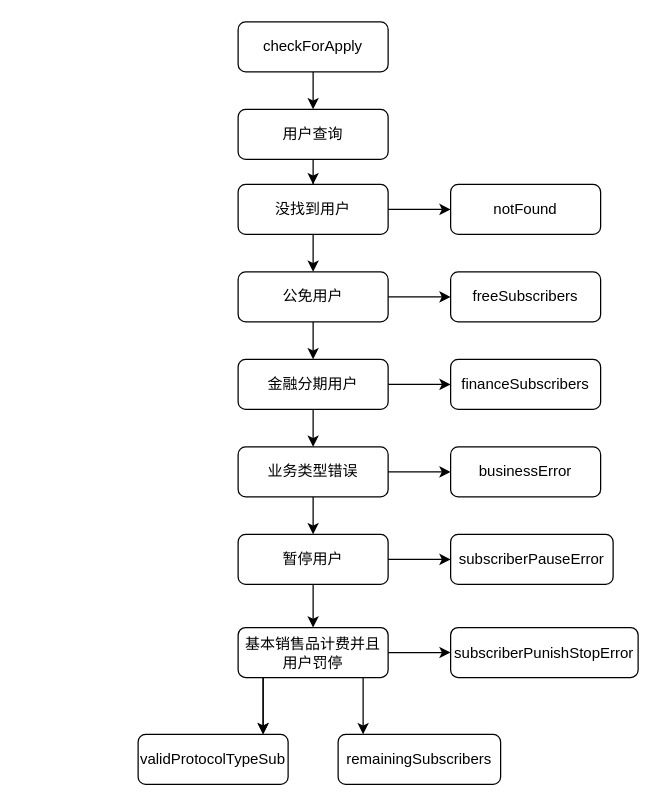
This is page "Page-1" (1 of 2) of draw.io/未命名绘图.drawio from RamboCao/system-design, a draw.io file, before an edit. Source tidied: cells renumbered, new cells numbered last; positions are measured from the earlier drawing's top-left corner, leaving out a move shared by most shapes. Both pictures are drawn from the tidied source at 125%, with x=0, y=0 at pixel (138, 21).
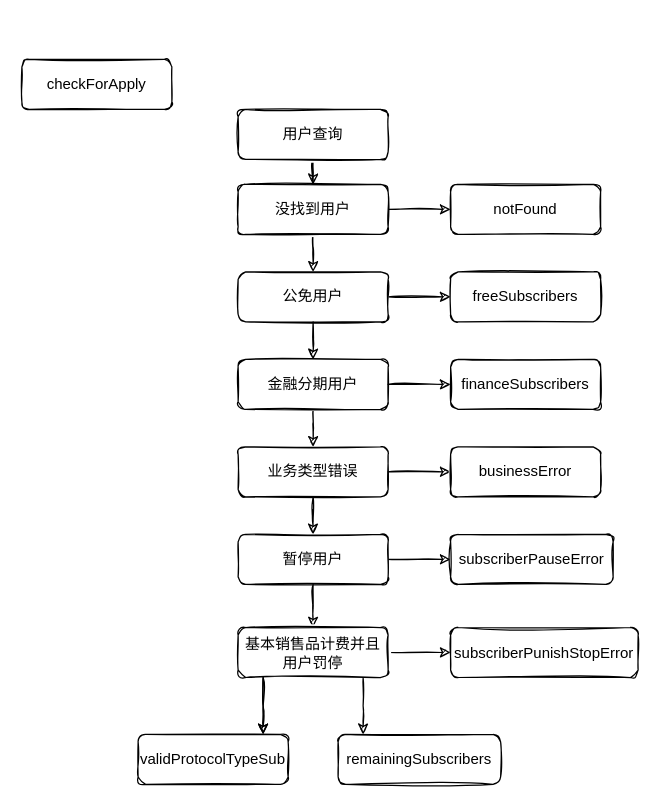
After the change.

Commit message:
更新未命名绘图.drawio

What changed in the source:
```diff
@@
-    <mxCell id="2" style="edgeStyle=orthogonalEdgeStyle;rounded=0;jettySize=auto;html=1;exitX=0.5;exitY=1;exitDx=0;exitDy=0;entryX=0.5;entryY=0;entryDx=0;entryDy=0;" parent="1" edge="1" source="3" target="6">
-      <mxGeometry relative="1" as="geometry" />
-    </mxCell>
-    <mxCell id="3" value="checkForApply" style="rounded=1;whiteSpace=wrap;html=1;fontSize=12;glass=0;strokeWidth=1;shadow=0;gradientColor=none;" parent="1" vertex="1">
-      <mxGeometry x="80" width="120" height="40" as="geometry" />
+    <mxCell id="3" value="checkForApply" style="rounded=1;whiteSpace=wrap;html=1;fontSize=12;glass=0;strokeWidth=1;shadow=0;gradientColor=none;sketch=1;" parent="1" vertex="1">
+      <mxGeometry x="-93" y="30" width="120" height="40" as="geometry" />
     </mxCell>
-    <mxCell id="4" value="notFound" style="rounded=1;whiteSpace=wrap;html=1;fontSize=12;glass=0;strokeWidth=1;shadow=0;" parent="1" vertex="1">
+    <mxCell id="4" value="notFound" style="rounded=1;whiteSpace=wrap;html=1;fontSize=12;glass=0;strokeWidth=1;shadow=0;sketch=1;" parent="1" vertex="1">
       <mxGeometry x="250" y="130" width="120" height="40" as="geometry" />
     </mxCell>
-    <mxCell id="5" style="edgeStyle=orthogonalEdgeStyle;rounded=0;jettySize=auto;html=1;" parent="1" edge="1" source="6" target="9">
+    <mxCell id="5" style="edgeStyle=orthogonalEdgeStyle;rounded=0;jettySize=auto;html=1;sketch=1;" parent="1" edge="1" source="6" target="9">
       <mxGeometry relative="1" as="geometry" />
     </mxCell>
-    <mxCell id="6" value="用户查询" style="rounded=1;whiteSpace=wrap;html=1;" parent="1" vertex="1">
+    <mxCell id="6" value="用户查询" style="rounded=1;whiteSpace=wrap;html=1;sketch=1;" parent="1" vertex="1">
       <mxGeometry x="80" y="70" width="120" height="40" as="geometry" />
     </mxCell>
-    <mxCell id="7" style="edgeStyle=orthogonalEdgeStyle;rounded=0;jettySize=auto;html=1;" parent="1" edge="1" source="9" target="4">
+    <mxCell id="7" style="edgeStyle=orthogonalEdgeStyle;rounded=0;jettySize=auto;html=1;sketch=1;" parent="1" edge="1" source="9" target="4">
       <mxGeometry relative="1" as="geometry" />
     </mxCell>
-    <mxCell id="8" style="edgeStyle=orthogonalEdgeStyle;rounded=0;jettySize=auto;html=1;" parent="1" edge="1" source="9" target="12">
+    <mxCell id="8" style="edgeStyle=orthogonalEdgeStyle;rounded=0;jettySize=auto;html=1;sketch=1;" parent="1" edge="1" source="9" target="12">
       <mxGeometry relative="1" as="geometry" />
     </mxCell>
-    <mxCell id="9" value="没找到用户" style="whiteSpace=wrap;html=1;rounded=1;" parent="1" vertex="1">
+    <mxCell id="9" value="没找到用户" style="whiteSpace=wrap;html=1;rounded=1;sketch=1;" parent="1" vertex="1">
       <mxGeometry x="80" y="130" width="120" height="40" as="geometry" />
     </mxCell>
-    <mxCell id="10" style="edgeStyle=orthogonalEdgeStyle;rounded=0;jettySize=auto;html=1;" parent="1" edge="1" source="12" target="13">
+    <mxCell id="10" style="edgeStyle=orthogonalEdgeStyle;rounded=0;jettySize=auto;html=1;sketch=1;" parent="1" edge="1" source="12" target="13">
       <mxGeometry relative="1" as="geometry" />
     </mxCell>
-    <mxCell id="11" style="edgeStyle=orthogonalEdgeStyle;rounded=0;jettySize=auto;html=1;" parent="1" edge="1" source="12" target="20">
+    <mxCell id="11" style="edgeStyle=orthogonalEdgeStyle;rounded=0;jettySize=auto;html=1;sketch=1;" parent="1" edge="1" source="12" target="20">
       <mxGeometry relative="1" as="geometry" />
     </mxCell>
-    <mxCell id="12" value="公免用户" style="whiteSpace=wrap;html=1;rounded=1;" parent="1" vertex="1">
+    <mxCell id="12" value="公免用户" style="whiteSpace=wrap;html=1;rounded=1;sketch=1;" parent="1" vertex="1">
       <mxGeometry x="80" y="200" width="120" height="40" as="geometry" />
     </mxCell>
-    <mxCell id="13" value="freeSubscribers" style="whiteSpace=wrap;html=1;rounded=1;" parent="1" vertex="1">
+    <mxCell id="13" value="freeSubscribers" style="whiteSpace=wrap;html=1;rounded=1;sketch=1;" parent="1" vertex="1">
       <mxGeometry x="250" y="200" width="120" height="40" as="geometry" />
     </mxCell>
-    <mxCell id="14" style="edgeStyle=orthogonalEdgeStyle;rounded=0;jettySize=auto;html=1;" parent="1" edge="1" source="16" target="17">
+    <mxCell id="14" style="edgeStyle=orthogonalEdgeStyle;rounded=0;jettySize=auto;html=1;sketch=1;" parent="1" edge="1" source="16" target="17">
       <mxGeometry relative="1" as="geometry" />
     </mxCell>
-    <mxCell id="15" style="edgeStyle=orthogonalEdgeStyle;rounded=0;jettySize=auto;html=1;" parent="1" edge="1" source="16" target="24">
+    <mxCell id="15" style="edgeStyle=orthogonalEdgeStyle;rounded=0;jettySize=auto;html=1;sketch=1;" parent="1" edge="1" source="16" target="24">
       <mxGeometry relative="1" as="geometry" />
     </mxCell>
-    <mxCell id="16" value="业务类型错误" style="whiteSpace=wrap;html=1;rounded=1;" parent="1" vertex="1">
+    <mxCell id="16" value="业务类型错误" style="whiteSpace=wrap;html=1;rounded=1;sketch=1;" parent="1" vertex="1">
       <mxGeometry x="80" y="340" width="120" height="40" as="geometry" />
     </mxCell>
-    <mxCell id="17" value="businessError" style="whiteSpace=wrap;html=1;rounded=1;" parent="1" vertex="1">
+    <mxCell id="17" value="businessError" style="whiteSpace=wrap;html=1;rounded=1;sketch=1;" parent="1" vertex="1">
       <mxGeometry x="250" y="340" width="120" height="40" as="geometry" />
     </mxCell>
-    <mxCell id="18" style="edgeStyle=orthogonalEdgeStyle;rounded=0;jettySize=auto;html=1;" parent="1" edge="1" source="20" target="21">
+    <mxCell id="18" style="edgeStyle=orthogonalEdgeStyle;rounded=0;jettySize=auto;html=1;sketch=1;" parent="1" edge="1" source="20" target="21">
       <mxGeometry relative="1" as="geometry" />
     </mxCell>
-    <mxCell id="19" style="edgeStyle=orthogonalEdgeStyle;rounded=0;jettySize=auto;html=1;exitX=0.5;exitY=1;exitDx=0;exitDy=0;" parent="1" edge="1" source="20" target="16">
+    <mxCell id="19" style="edgeStyle=orthogonalEdgeStyle;rounded=0;jettySize=auto;html=1;exitX=0.5;exitY=1;exitDx=0;exitDy=0;sketch=1;" parent="1" edge="1" source="20" target="16">
       <mxGeometry relative="1" as="geometry" />
     </mxCell>
-    <mxCell id="20" value="金融分期用户" style="whiteSpace=wrap;html=1;rounded=1;" parent="1" vertex="1">
+    <mxCell id="20" value="金融分期用户" style="whiteSpace=wrap;html=1;rounded=1;sketch=1;" parent="1" vertex="1">
       <mxGeometry x="80" y="270" width="120" height="40" as="geometry" />
     </mxCell>
-    <mxCell id="21" value="financeSubscribers" style="whiteSpace=wrap;html=1;rounded=1;" parent="1" vertex="1">
+    <mxCell id="21" value="financeSubscribers" style="whiteSpace=wrap;html=1;rounded=1;sketch=1;" parent="1" vertex="1">
       <mxGeometry x="250" y="270" width="120" height="40" as="geometry" />
     </mxCell>
-    <mxCell id="22" style="edgeStyle=orthogonalEdgeStyle;rounded=0;jettySize=auto;html=1;" parent="1" edge="1" source="24" target="25">
+    <mxCell id="22" style="edgeStyle=orthogonalEdgeStyle;rounded=0;jettySize=auto;html=1;sketch=1;" parent="1" edge="1" source="24" target="25">
       <mxGeometry relative="1" as="geometry" />
     </mxCell>
-    <mxCell id="23" style="edgeStyle=orthogonalEdgeStyle;rounded=0;jettySize=auto;html=1;" parent="1" edge="1" source="24" target="30">
+    <mxCell id="23" style="edgeStyle=orthogonalEdgeStyle;rounded=0;jettySize=auto;html=1;sketch=1;" parent="1" edge="1" source="24" target="30">
       <mxGeometry relative="1" as="geometry" />
     </mxCell>
-    <mxCell id="24" value="暂停用户" style="whiteSpace=wrap;html=1;rounded=1;" parent="1" vertex="1">
+    <mxCell id="24" value="暂停用户" style="whiteSpace=wrap;html=1;rounded=1;sketch=1;" parent="1" vertex="1">
       <mxGeometry x="80" y="410" width="120" height="40" as="geometry" />
     </mxCell>
-    <mxCell id="25" value="subscriberPauseError" style="whiteSpace=wrap;html=1;rounded=1;" parent="1" vertex="1">
+    <mxCell id="25" value="subscriberPauseError" style="whiteSpace=wrap;html=1;rounded=1;sketch=1;" parent="1" vertex="1">
       <mxGeometry x="250" y="410" width="130" height="40" as="geometry" />
     </mxCell>
-    <mxCell id="26" style="edgeStyle=orthogonalEdgeStyle;rounded=0;jettySize=auto;html=1;" parent="1" edge="1" source="30" target="31">
+    <mxCell id="26" style="edgeStyle=orthogonalEdgeStyle;rounded=0;jettySize=auto;html=1;sketch=1;" parent="1" edge="1" source="30" target="31">
       <mxGeometry relative="1" as="geometry" />
     </mxCell>
-    <mxCell id="27" style="edgeStyle=elbowEdgeStyle;rounded=0;jettySize=auto;html=1;" parent="1" edge="1" source="30" target="32">
+    <mxCell id="27" style="edgeStyle=elbowEdgeStyle;rounded=0;jettySize=auto;html=1;sketch=1;" parent="1" edge="1" source="30" target="32">
       <mxGeometry relative="1" as="geometry" />
     </mxCell>
-    <mxCell id="28" style="edgeStyle=elbowEdgeStyle;rounded=0;jettySize=auto;html=1;" parent="1" edge="1" source="30" target="32">
+    <mxCell id="28" style="edgeStyle=elbowEdgeStyle;rounded=0;jettySize=auto;html=1;sketch=1;" parent="1" edge="1" source="30" target="32">
       <mxGeometry relative="1" as="geometry" />
     </mxCell>
-    <mxCell id="29" style="edgeStyle=elbowEdgeStyle;rounded=0;jettySize=auto;html=1;" parent="1" edge="1" source="30" target="33">
+    <mxCell id="29" style="edgeStyle=elbowEdgeStyle;rounded=0;jettySize=auto;html=1;sketch=1;" parent="1" edge="1" source="30" target="33">
       <mxGeometry relative="1" as="geometry" />
     </mxCell>
-    <mxCell id="30" value="基本销售品计费并且用户罚停" style="whiteSpace=wrap;html=1;rounded=1;" parent="1" vertex="1">
+    <mxCell id="30" value="基本销售品计费并且用户罚停" style="whiteSpace=wrap;html=1;rounded=1;sketch=1;" parent="1" vertex="1">
       <mxGeometry x="80" y="484.5" width="120" height="40" as="geometry" />
     </mxCell>
-    <mxCell id="31" value="subscriberPunishStopError" style="whiteSpace=wrap;html=1;rounded=1;" parent="1" vertex="1">
+    <mxCell id="31" value="subscriberPunishStopError" style="whiteSpace=wrap;html=1;rounded=1;sketch=1;" parent="1" vertex="1">
       <mxGeometry x="250" y="484.5" width="150" height="40" as="geometry" />
     </mxCell>
-    <mxCell id="32" value="validProtocolTypeSub" style="whiteSpace=wrap;html=1;rounded=1;" parent="1" vertex="1">
+    <mxCell id="32" value="validProtocolTypeSub" style="whiteSpace=wrap;html=1;rounded=1;sketch=1;" parent="1" vertex="1">
       <mxGeometry y="570" width="120" height="40" as="geometry" />
     </mxCell>
-    <mxCell id="33" value="remainingSubscribers" style="whiteSpace=wrap;html=1;rounded=1;" parent="1" vertex="1">
+    <mxCell id="33" value="remainingSubscribers" style="whiteSpace=wrap;html=1;rounded=1;sketch=1;" parent="1" vertex="1">
       <mxGeometry x="160" y="570" width="130" height="40" as="geometry" />
     </mxCell>
```
